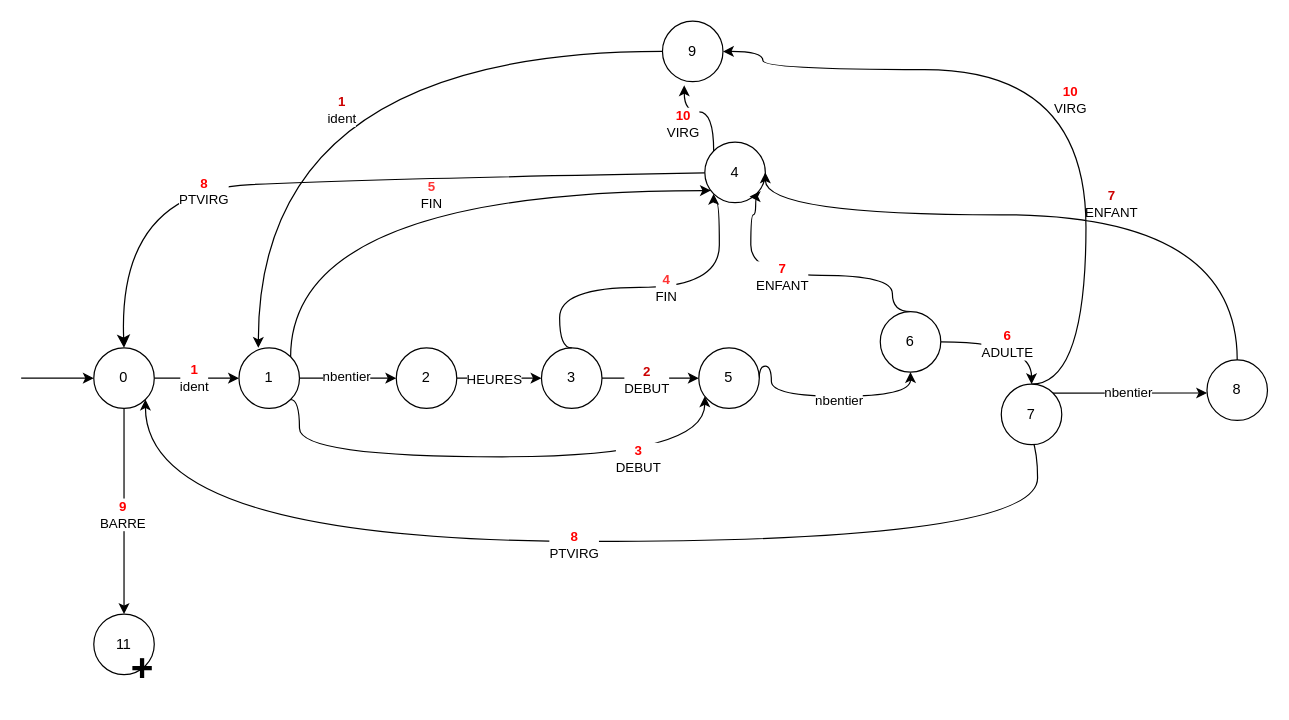
fluffy-den/Compile keeps this draw.io diagram as Automate.drawio. Above is the earlier version. Source tidied: cells renumbered, new cells numbered last; positions are measured from the earlier drawing's top-left corner, leaving out a move shared by most shapes. Both pictures are drawn from the tidied source at 121%, with x=0, y=0 at pixel (21, 21).
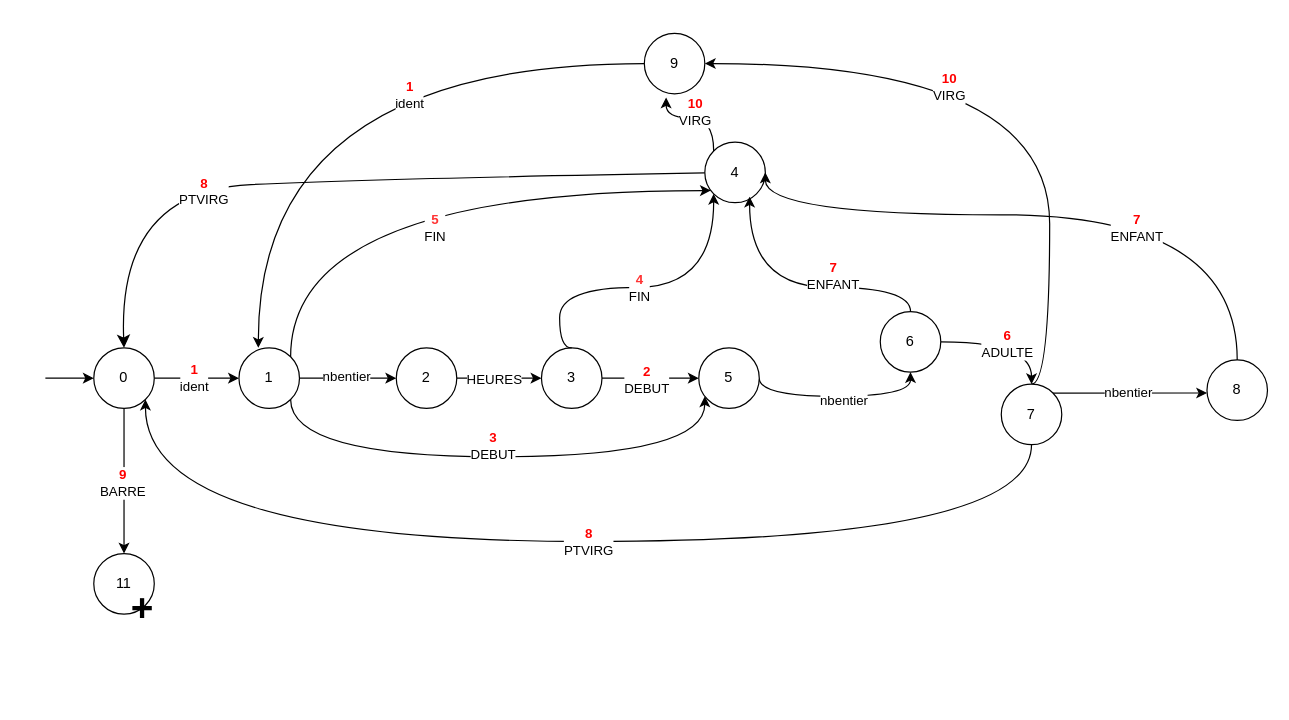
Above is the later version.

Commit message:
Mettre à jour Automate.drawio (test) (juste de l'esthetique)

Unchanged cells that the change refers to:
```xml
<mxCell id="6" value="0" style="ellipse;whiteSpace=wrap;html=1;" parent="1" vertex="1">
  <mxGeometry x="60" y="270" width="50" height="50" as="geometry" />
</mxCell>
<mxCell id="9" style="edgeStyle=orthogonalEdgeStyle;rounded=0;jettySize=auto;html=1;exitX=1;exitY=0;exitDx=0;exitDy=0;curved=1;" parent="1" edge="1" source="13" target="16">
  <mxGeometry relative="1" as="geometry">
    <Array as="points">
      <mxPoint x="223" y="140" />
    </Array>
  </mxGeometry>
</mxCell>
<mxCell id="13" value="1" style="ellipse;whiteSpace=wrap;html=1;" parent="1" vertex="1">
  <mxGeometry x="180" y="270" width="50" height="50" as="geometry" />
</mxCell>
<mxCell id="16" value="4" style="ellipse;whiteSpace=wrap;html=1;" parent="1" vertex="1">
  <mxGeometry x="565" y="100" width="50" height="50" as="geometry" />
</mxCell>
<mxCell id="25" style="edgeStyle=orthogonalEdgeStyle;rounded=0;jettySize=auto;html=1;exitX=1;exitY=0.5;exitDx=0;exitDy=0;curved=1;" parent="1" edge="1" source="27" target="39">
  <mxGeometry relative="1" as="geometry" />
</mxCell>
<mxCell id="27" value="3" style="ellipse;whiteSpace=wrap;html=1;" parent="1" vertex="1">
  <mxGeometry x="430" y="270" width="50" height="50" as="geometry" />
</mxCell>
<mxCell id="34" style="edgeStyle=orthogonalEdgeStyle;rounded=0;jettySize=auto;html=1;exitX=0.5;exitY=0;exitDx=0;exitDy=0;curved=1;entryX=1;entryY=0.5;entryDx=0;entryDy=0;" parent="1" edge="1" source="18" target="16">
  <mxGeometry relative="1" as="geometry">
    <Array as="points">
      <mxPoint x="1005" y="160" />
      <mxPoint x="615" y="160" />
    </Array>
  </mxGeometry>
</mxCell>
<mxCell id="36" value="6" style="ellipse;whiteSpace=wrap;html=1;" parent="1" vertex="1">
  <mxGeometry x="710" y="240" width="50" height="50" as="geometry" />
</mxCell>
<mxCell id="39" value="5" style="ellipse;whiteSpace=wrap;html=1;" parent="1" vertex="1">
  <mxGeometry x="560" y="270" width="50" height="50" as="geometry" />
</mxCell>
<mxCell id="43" value="7" style="ellipse;whiteSpace=wrap;html=1;" parent="1" vertex="1">
  <mxGeometry x="810" y="300" width="50" height="50" as="geometry" />
</mxCell>
<mxCell id="45" style="edgeStyle=orthogonalEdgeStyle;curved=1;rounded=0;jettySize=auto;html=1;exitX=0;exitY=0.5;exitDx=0;exitDy=0;entryX=0.32;entryY=0;entryDx=0;entryDy=0;entryPerimeter=0;" parent="1" edge="1" source="17" target="13">
  <mxGeometry relative="1" as="geometry" />
</mxCell>
```

Diff of the diagram source:
```diff
@@
     <mxCell id="10" value="&lt;font color=&quot;#FF3333&quot;&gt;&lt;b&gt;5&lt;/b&gt;&lt;/font&gt;&lt;div&gt;FIN&lt;/div&gt;" style="edgeLabel;html=1;align=center;verticalAlign=middle;" parent="9" vertex="1">
       <mxGeometry x="0.15" y="1" relative="1" as="geometry">
-        <mxPoint x="-26" y="4" as="offset" />
+        <mxPoint x="-23" y="31" as="offset" />
       </mxGeometry>
     </mxCell>
     <mxCell id="11" style="edgeStyle=orthogonalEdgeStyle;rounded=0;jettySize=auto;html=1;exitX=1;exitY=1;exitDx=0;exitDy=0;curved=1;" parent="1" edge="1" source="13" target="39">
       <mxGeometry relative="1" as="geometry">
         <Array as="points">
-          <mxPoint x="230" y="313" />
-          <mxPoint x="230" y="360" />
+          <mxPoint x="223" y="360" />
           <mxPoint x="565" y="360" />
         </Array>
       </mxGeometry>
     </mxCell>
     <mxCell id="12" value="&lt;div&gt;&lt;font color=&quot;#FF0000&quot;&gt;&lt;b&gt;3&lt;/b&gt;&lt;/font&gt;&lt;/div&gt;&lt;div&gt;DEBUT&lt;/div&gt;" style="edgeLabel;html=1;align=center;verticalAlign=middle;" parent="11" vertex="1">
-      <mxGeometry x="0.52" y="-1" relative="1" as="geometry" />
+      <mxGeometry x="0.52" y="-1" relative="1" as="geometry">
+        <mxPoint x="-120" y="-11" as="offset" />
+      </mxGeometry>
     </mxCell>
@@
     <mxCell id="14" value="11" style="ellipse;whiteSpace=wrap;html=1;" parent="1" vertex="1">
-      <mxGeometry x="60" y="490" width="50" height="50" as="geometry" />
+      <mxGeometry x="60" y="440" width="50" height="50" as="geometry" />
     </mxCell>
@@
     <mxCell id="17" value="&lt;div&gt;9&lt;/div&gt;" style="ellipse;whiteSpace=wrap;html=1;" parent="1" vertex="1">
-      <mxGeometry x="530" width="50" height="50" as="geometry" />
+      <mxGeometry x="515" y="10" width="50" height="50" as="geometry" />
     </mxCell>
@@
-    <mxCell id="21" style="edgeStyle=orthogonalEdgeStyle;rounded=0;jettySize=auto;html=1;exitX=0;exitY=0.5;exitDx=0;exitDy=0;entryX=1;entryY=1;entryDx=0;entryDy=0;curved=1;" parent="1" edge="1" source="43" target="6">
+    <mxCell id="21" style="edgeStyle=orthogonalEdgeStyle;rounded=0;jettySize=auto;html=1;exitX=0.5;exitY=1;exitDx=0;exitDy=0;entryX=1;entryY=1;entryDx=0;entryDy=0;curved=1;" parent="1" edge="1" source="43" target="6">
       <mxGeometry relative="1" as="geometry">
         <Array as="points">
-          <mxPoint x="840" y="325" />
-          <mxPoint x="840" y="430" />
+          <mxPoint x="835" y="430" />
           <mxPoint x="103" y="430" />
         </Array>
       </mxGeometry>
     </mxCell>
     <mxCell id="22" value="&lt;div&gt;&lt;font color=&quot;#FF0000&quot;&gt;&lt;b&gt;8&lt;/b&gt;&lt;/font&gt;&lt;/div&gt;&lt;div&gt;PTVIRG&lt;/div&gt;" style="edgeLabel;html=1;align=center;verticalAlign=middle;" parent="21" vertex="1">
       <mxGeometry x="-0.52" y="3" relative="1" as="geometry">
-        <mxPoint x="-281" y="-1" as="offset" />
+        <mxPoint x="-224" y="-3" as="offset" />
       </mxGeometry>
     </mxCell>
     <mxCell id="23" style="edgeStyle=orthogonalEdgeStyle;rounded=0;jettySize=auto;html=1;exitX=1;exitY=0.5;exitDx=0;exitDy=0;curved=1;" parent="1" edge="1" source="39" target="36">
       <mxGeometry relative="1" as="geometry">
         <Array as="points">
-          <mxPoint x="620" y="285" />
-          <mxPoint x="620" y="310" />
+          <mxPoint x="610" y="310" />
           <mxPoint x="735" y="310" />
         </Array>
       </mxGeometry>
     </mxCell>
@@
-    <mxCell id="26" value="&lt;div&gt;&lt;font color=&quot;#CC0000&quot;&gt;&lt;b&gt;2&lt;/b&gt;&lt;/font&gt;&lt;/div&gt;&lt;div&gt;DEBUT&lt;/div&gt;" style="edgeLabel;html=1;align=center;verticalAlign=middle;" parent="25" vertex="1">
+    <mxCell id="26" value="&lt;div&gt;&lt;b style=&quot;&quot;&gt;&lt;font color=&quot;#ff0000&quot;&gt;2&lt;/font&gt;&lt;/b&gt;&lt;/div&gt;&lt;div&gt;DEBUT&lt;/div&gt;" style="edgeLabel;html=1;align=center;verticalAlign=middle;" parent="25" vertex="1">
       <mxGeometry x="0.18" y="-1" relative="1" as="geometry">
         <mxPoint x="-11" as="offset" />
       </mxGeometry>
     </mxCell>
@@
     <mxCell id="29" style="edgeStyle=orthogonalEdgeStyle;rounded=0;jettySize=auto;html=1;exitX=0.5;exitY=0;exitDx=0;exitDy=0;entryX=0.74;entryY=0.9;entryDx=0;entryDy=0;entryPerimeter=0;curved=1;" parent="1" edge="1" source="36" target="16">
       <mxGeometry relative="1" as="geometry">
         <Array as="points">
-          <mxPoint x="720" y="240" />
-          <mxPoint x="720" y="210" />
-          <mxPoint x="603" y="210" />
-          <mxPoint x="603" y="160" />
-          <mxPoint x="607" y="160" />
+          <mxPoint x="735" y="220" />
+          <mxPoint x="602" y="220" />
         </Array>
       </mxGeometry>
     </mxCell>
     <mxCell id="30" value="&lt;div&gt;&lt;font color=&quot;#FF0000&quot;&gt;&lt;b&gt;7&lt;/b&gt;&lt;/font&gt;&lt;/div&gt;&lt;div&gt;ENFANT&lt;/div&gt;" style="edgeLabel;html=1;align=center;verticalAlign=middle;" parent="29" vertex="1">
-      <mxGeometry x="0.16" y="1" relative="1" as="geometry" />
+      <mxGeometry x="0.16" y="1" relative="1" as="geometry">
+        <mxPoint x="47" y="-11" as="offset" />
+      </mxGeometry>
     </mxCell>
@@
-    <mxCell id="35" value="&lt;font color=&quot;#CC0000&quot;&gt;&lt;b&gt;7&lt;/b&gt;&lt;/font&gt;&lt;div&gt;ENFANT&lt;/div&gt;" style="edgeLabel;html=1;align=center;verticalAlign=middle;" parent="34" vertex="1">
+    <mxCell id="35" value="&lt;b style=&quot;&quot;&gt;&lt;font color=&quot;#ff0000&quot;&gt;7&lt;/font&gt;&lt;/b&gt;&lt;div&gt;ENFANT&lt;/div&gt;" style="edgeLabel;html=1;align=center;verticalAlign=middle;" parent="34" vertex="1">
       <mxGeometry x="-0.11" y="2" relative="1" as="geometry">
-        <mxPoint x="18" y="-12" as="offset" />
+        <mxPoint x="39" y="8" as="offset" />
       </mxGeometry>
     </mxCell>
@@
     <mxCell id="37" style="edgeStyle=orthogonalEdgeStyle;rounded=0;jettySize=auto;html=1;exitX=0.5;exitY=0;exitDx=0;exitDy=0;entryX=0;entryY=1;entryDx=0;entryDy=0;curved=1;" parent="1" edge="1" source="27" target="16">
       <mxGeometry relative="1" as="geometry">
         <Array as="points">
+          <mxPoint x="445" y="270" />
           <mxPoint x="445" y="220" />
-          <mxPoint x="577" y="220" />
-          <mxPoint x="577" y="150" />
-          <mxPoint x="572" y="150" />
+          <mxPoint x="572" y="220" />
         </Array>
       </mxGeometry>
     </mxCell>
     <mxCell id="38" value="&lt;font color=&quot;#FF3333&quot;&gt;&lt;b&gt;4&lt;/b&gt;&lt;/font&gt;&lt;div&gt;FIN&lt;/div&gt;" style="edgeLabel;html=1;align=center;verticalAlign=middle;" parent="37" vertex="1">
       <mxGeometry x="-0.15" relative="1" as="geometry">
-        <mxPoint x="31" as="offset" />
+        <mxPoint x="13" as="offset" />
       </mxGeometry>
     </mxCell>
@@
     <mxCell id="42" style="edgeStyle=orthogonalEdgeStyle;curved=1;rounded=0;jettySize=auto;html=1;exitX=0.5;exitY=0;exitDx=0;exitDy=0;entryX=1;entryY=0.5;entryDx=0;entryDy=0;" parent="1" edge="1" source="43" target="17">
       <mxGeometry relative="1" as="geometry">
         <Array as="points">
-          <mxPoint x="880" y="300" />
-          <mxPoint x="880" y="40" />
-          <mxPoint x="613" y="40" />
-          <mxPoint x="613" y="25" />
+          <mxPoint x="850" y="300" />
+          <mxPoint x="850" y="35" />
         </Array>
       </mxGeometry>
     </mxCell>
@@
-    <mxCell id="46" value="&lt;div&gt;&lt;font color=&quot;#CC0000&quot;&gt;&lt;b&gt;1&lt;/b&gt;&lt;/font&gt;&lt;/div&gt;&lt;div&gt;ident&lt;/div&gt;" style="edgeLabel;html=1;align=center;verticalAlign=middle;" parent="45" vertex="1">
+    <mxCell id="46" value="&lt;div&gt;&lt;b style=&quot;&quot;&gt;&lt;font color=&quot;#ff0000&quot;&gt;1&lt;/font&gt;&lt;/b&gt;&lt;/div&gt;&lt;div&gt;ident&lt;/div&gt;" style="edgeLabel;html=1;align=center;verticalAlign=middle;" parent="45" vertex="1">
       <mxGeometry x="-0.25" y="48" relative="1" as="geometry">
-        <mxPoint x="-49" as="offset" />
+        <mxPoint x="13" y="-23" as="offset" />
       </mxGeometry>
     </mxCell>
     <mxCell id="47" value="+" style="text;html=1;align=center;verticalAlign=middle;strokeColor=none;fillColor=none;fontSize=32;fontStyle=1;" parent="1" vertex="1">
-      <mxGeometry x="80" y="510" width="40" height="50" as="geometry" />
+      <mxGeometry x="80" y="460" width="40" height="50" as="geometry" />
     </mxCell>
     <mxCell id="48" style="edgeStyle=none;orthogonalLoop=1;jettySize=auto;html=1;rounded=0;curved=1;" parent="1" edge="1">
       <mxGeometry relative="1" as="geometry">
-        <mxPoint y="295" as="sourcePoint" />
+        <mxPoint x="20" y="295" as="sourcePoint" />
         <mxPoint x="60" y="295" as="targetPoint" />
       </mxGeometry>
     </mxCell>
@@
     <mxCell id="50" value="&lt;div&gt;&lt;font color=&quot;#ff0000&quot;&gt;&lt;b&gt;10&lt;/b&gt;&lt;/font&gt;&lt;/div&gt;&lt;div&gt;VIRG&lt;/div&gt;" style="edgeLabel;html=1;align=center;verticalAlign=middle;" parent="1" vertex="1">
-      <mxGeometry x="870" y="70" as="geometry">
+      <mxGeometry x="770" y="60" as="geometry">
         <mxPoint x="-4" y="-6" as="offset" />
       </mxGeometry>
     </mxCell>
     <mxCell id="51" value="&lt;div&gt;&lt;font color=&quot;#ff0000&quot;&gt;&lt;b&gt;10&lt;/b&gt;&lt;/font&gt;&lt;/div&gt;&lt;div&gt;VIRG&lt;/div&gt;" style="edgeLabel;html=1;align=center;verticalAlign=middle;" parent="1" vertex="1">
-      <mxGeometry x="550" y="90" as="geometry">
+      <mxGeometry x="560" y="80" as="geometry">
         <mxPoint x="-4" y="-6" as="offset" />
       </mxGeometry>
     </mxCell>
```
